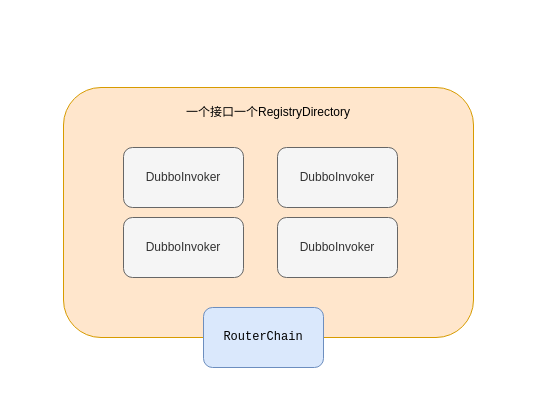
erlieStar/diagrams keeps this draw.io diagram as dubbo/消费端Invoker组件关系.drawio. Above is the earlier version. Source tidied: cells renumbered, new cells numbered last; positions are measured from the earlier drawing's top-left corner, leaving out a move shared by most shapes. Both pictures are drawn from the tidied source at 100%, with x=0, y=0 at pixel (63, 87).
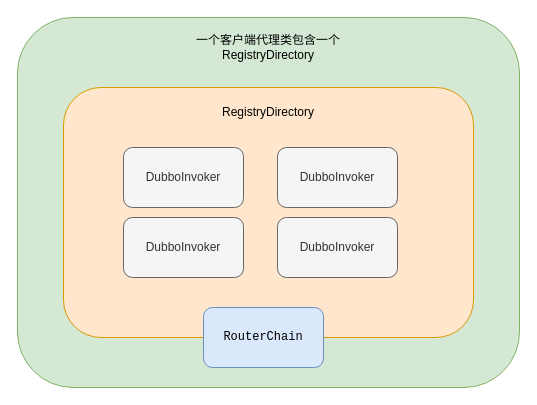
Above is the later version.

Commit message:
Update 消费端Invoker组件关系.drawio

The edit, as a diff of the source:
```diff
@@
 <mxGraphModel>
   <root>
     <mxCell id="0" />
     <mxCell id="1" parent="0" />
+    <mxCell id="9" style="rounded=1;whiteSpace=wrap;html=1;fillColor=#d5e8d4;strokeColor=#82b366;" parent="1" vertex="1">
+      <mxGeometry x="-46" y="-70" width="502" height="370" as="geometry" />
+    </mxCell>
     <mxCell id="2" style="rounded=1;whiteSpace=wrap;html=1;fillColor=#ffe6cc;strokeColor=#d79b00;" parent="1" vertex="1">
       <mxGeometry width="410" height="250" as="geometry" />
     </mxCell>
-    <mxCell id="3" value="一个接口一个RegistryDirectory" style="text;html=1;strokeColor=none;fillColor=none;align=center;verticalAlign=middle;whiteSpace=wrap;rounded=0;" parent="1" vertex="1">
+    <mxCell id="3" value="RegistryDirectory" style="text;html=1;strokeColor=none;fillColor=none;align=center;verticalAlign=middle;whiteSpace=wrap;rounded=0;" parent="1" vertex="1">
       <mxGeometry x="78" y="20" width="254" height="10" as="geometry" />
     </mxCell>
     <mxCell id="4" value="&lt;pre&gt;RouterChain&lt;/pre&gt;" style="rounded=1;whiteSpace=wrap;html=1;fillColor=#dae8fc;strokeColor=#6c8ebf;" parent="1" vertex="1">
       <mxGeometry x="140" y="220" width="120" height="60" as="geometry" />
     </mxCell>
     <mxCell id="5" value="DubboInvoker" style="rounded=1;whiteSpace=wrap;html=1;fillColor=#f5f5f5;strokeColor=#666666;fontColor=#333333;" parent="1" vertex="1">
       <mxGeometry x="60" y="60" width="120" height="60" as="geometry" />
     </mxCell>
     <mxCell id="6" value="DubboInvoker" style="rounded=1;whiteSpace=wrap;html=1;fillColor=#f5f5f5;strokeColor=#666666;fontColor=#333333;" parent="1" vertex="1">
       <mxGeometry x="214" y="60" width="120" height="60" as="geometry" />
     </mxCell>
     <mxCell id="7" value="DubboInvoker" style="rounded=1;whiteSpace=wrap;html=1;fillColor=#f5f5f5;strokeColor=#666666;fontColor=#333333;" parent="1" vertex="1">
       <mxGeometry x="60" y="130" width="120" height="60" as="geometry" />
     </mxCell>
     <mxCell id="8" value="DubboInvoker" style="rounded=1;whiteSpace=wrap;html=1;fillColor=#f5f5f5;strokeColor=#666666;fontColor=#333333;" parent="1" vertex="1">
       <mxGeometry x="214" y="130" width="120" height="60" as="geometry" />
     </mxCell>
+    <mxCell id="10" value="一个客户端代理类包含一个RegistryDirectory" style="text;html=1;strokeColor=none;fillColor=none;align=center;verticalAlign=middle;whiteSpace=wrap;rounded=0;" parent="1" vertex="1">
+      <mxGeometry x="125" y="-50" width="160" height="20" as="geometry" />
+    </mxCell>
   </root>
 </mxGraphModel>
```
